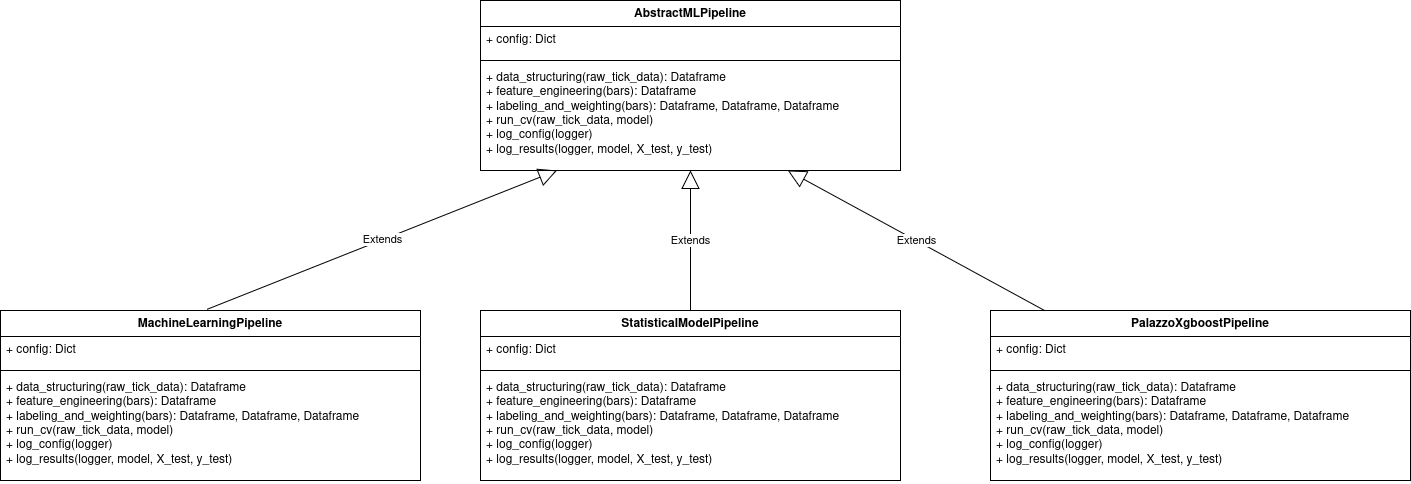
Earlier version of the draw.io export Figures/ml-pipeline-flow-abstract-mlpipeline.drawio.png (LeoCenturion/Plantilla-para-memoria). Source tidied: cells renumbered, new cells last; positions are measured from the earlier drawing's top-left corner, leaving out a move shared by most shapes.
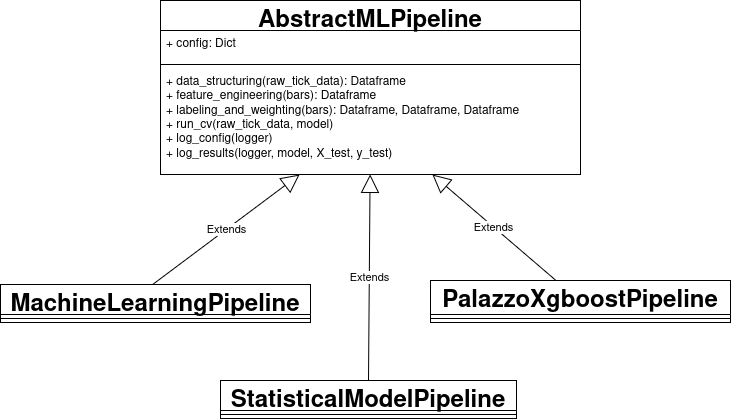
The same file after the commit.

What changed in the source:
```diff
@@ -2,54 +2,36 @@
   <root>
     <mxCell id="0" />
     <mxCell id="1" parent="0" />
-    <mxCell id="2" value="AbstractMLPipeline" style="swimlane;fontStyle=1;align=center;verticalAlign=top;horizontal=1;startSize=26;whiteSpace=wrap;html=1;" parent="1" vertex="1">
-      <mxGeometry x="480" width="420" height="170" as="geometry" />
+    <mxCell id="2" value="&lt;font style=&quot;font-size: 24px; --editable-content-color: rgb(NaN, NaN, NaN); --original-color: rgb(0, 0, 0); --original-background-color: transparent;&quot;&gt;AbstractMLPipeline&lt;/font&gt;" style="swimlane;fontStyle=1;align=center;verticalAlign=top;horizontal=1;startSize=30;whiteSpace=wrap;html=1;" parent="1" vertex="1">
+      <mxGeometry x="590" y="-70" width="420" height="174" as="geometry" />
     </mxCell>
     <mxCell id="3" value="&lt;div&gt;+ config: Dict&lt;/div&gt;&lt;div&gt;&lt;span style=&quot;white-space: pre;&quot;&gt;&#9;&lt;/span&gt;&lt;br&gt;&lt;/div&gt;" style="text;strokeColor=none;fillColor=none;align=left;verticalAlign=top;spacingLeft=4;spacingRight=4;overflow=hidden;whiteSpace=wrap;html=1;" parent="2" vertex="1">
-      <mxGeometry y="26" width="420" height="30" as="geometry" />
+      <mxGeometry y="30" width="420" height="30" as="geometry" />
     </mxCell>
     <mxCell id="4" style="line;strokeWidth=1;fillColor=none;align=left;verticalAlign=middle;spacingTop=-1;spacingLeft=3;spacingRight=3;labelPosition=right;strokeColor=inherit;" parent="2" vertex="1">
-      <mxGeometry y="56" width="420" height="8" as="geometry" />
+      <mxGeometry y="60" width="420" height="8" as="geometry" />
     </mxCell>
-    <mxCell id="5" value="&lt;div&gt;+ data_structuring(raw_tick_data): Dataframe&lt;/div&gt;&lt;div&gt;+ feature_engineering(bars): Dataframe&lt;/div&gt;&lt;div&gt;+ labeling_and_weighting(bars): Dataframe,&amp;nbsp;Dataframe,&amp;nbsp;Dataframe&lt;/div&gt;&lt;div&gt;+ run_cv(raw_tick_data, model)&lt;/div&gt;&lt;div&gt;+ log_config(logger)&lt;/div&gt;&lt;div&gt;+ log_results(logger, model, X_test, y_test)&lt;/div&gt;" style="text;strokeColor=none;fillColor=none;align=left;verticalAlign=top;spacingLeft=4;spacingRight=4;overflow=hidden;points=[[0,0.5],[1,0.5]];portConstraint=eastwest;whiteSpace=wrap;html=1;" parent="2" vertex="1">
-      <mxGeometry y="64" width="420" height="106" as="geometry" />
+    <mxCell id="5" value="&lt;div style=&quot;--editable-content-color: rgb(NaN, NaN, NaN); --original-color: rgb(198, 191, 186); --original-background-color: transparent;&quot;&gt;+ data_structuring(raw_tick_data): Dataframe&lt;/div&gt;&lt;div style=&quot;--editable-content-color: rgb(NaN, NaN, NaN); --original-color: rgb(198, 191, 186); --original-background-color: transparent;&quot;&gt;+ feature_engineering(bars): Dataframe&lt;/div&gt;&lt;div style=&quot;--editable-content-color: rgb(NaN, NaN, NaN); --original-color: rgb(198, 191, 186); --original-background-color: transparent;&quot;&gt;+ labeling_and_weighting(bars): Dataframe,&amp;nbsp;Dataframe,&amp;nbsp;Dataframe&lt;/div&gt;&lt;div style=&quot;--editable-content-color: rgb(NaN, NaN, NaN); --original-color: rgb(198, 191, 186); --original-background-color: transparent;&quot;&gt;+ run_cv(raw_tick_data, model)&lt;/div&gt;&lt;div style=&quot;--editable-content-color: rgb(NaN, NaN, NaN); --original-color: rgb(198, 191, 186); --original-background-color: transparent;&quot;&gt;+ log_config(logger)&lt;/div&gt;&lt;div style=&quot;--editable-content-color: rgb(NaN, NaN, NaN); --original-color: rgb(198, 191, 186); --original-background-color: transparent;&quot;&gt;+ log_results(logger, model, X_test, y_test)&lt;/div&gt;" style="text;strokeColor=none;fillColor=none;align=left;verticalAlign=top;spacingLeft=4;spacingRight=4;overflow=hidden;points=[[0,0.5],[1,0.5]];portConstraint=eastwest;whiteSpace=wrap;html=1;" parent="2" vertex="1">
+      <mxGeometry y="68" width="420" height="106" as="geometry" />
     </mxCell>
-    <mxCell id="6" value="StatisticalModelPipeline" style="swimlane;fontStyle=1;align=center;verticalAlign=top;horizontal=1;startSize=26;whiteSpace=wrap;html=1;" parent="1" vertex="1">
-      <mxGeometry x="480" y="310" width="420" height="170" as="geometry" />
+    <mxCell id="6" value="&lt;font style=&quot;font-size: 24px; --editable-content-color: rgb(NaN, NaN, NaN); --original-color: rgb(0, 0, 0); --original-background-color: transparent;&quot;&gt;StatisticalModelPipeline&lt;/font&gt;" style="swimlane;fontStyle=1;align=center;verticalAlign=top;horizontal=1;startSize=30;whiteSpace=wrap;html=1;" parent="1" vertex="1">
+      <mxGeometry x="650" y="310" width="296" height="38" as="geometry" />
     </mxCell>
-    <mxCell id="7" value="&lt;div&gt;+ config: Dict&lt;/div&gt;&lt;div&gt;&lt;span style=&quot;white-space: pre;&quot;&gt;&#9;&lt;/span&gt;&lt;br&gt;&lt;/div&gt;" style="text;strokeColor=none;fillColor=none;align=left;verticalAlign=top;spacingLeft=4;spacingRight=4;overflow=hidden;whiteSpace=wrap;html=1;" parent="6" vertex="1">
-      <mxGeometry y="26" width="420" height="30" as="geometry" />
-    </mxCell>
     <mxCell id="8" style="line;strokeWidth=1;fillColor=none;align=left;verticalAlign=middle;spacingTop=-1;spacingLeft=3;spacingRight=3;labelPosition=right;strokeColor=inherit;" parent="6" vertex="1">
-      <mxGeometry y="56" width="420" height="8" as="geometry" />
+      <mxGeometry y="30" width="296" height="8" as="geometry" />
     </mxCell>
-    <mxCell id="9" value="&lt;div&gt;+ data_structuring(raw_tick_data): Dataframe&lt;/div&gt;&lt;div&gt;+ feature_engineering(bars): Dataframe&lt;/div&gt;&lt;div&gt;+ labeling_and_weighting(bars): Dataframe,&amp;nbsp;Dataframe,&amp;nbsp;Dataframe&lt;/div&gt;&lt;div&gt;+ run_cv(raw_tick_data, model)&lt;/div&gt;&lt;div&gt;+ log_config(logger)&lt;/div&gt;&lt;div&gt;+ log_results(logger, model, X_test, y_test)&lt;/div&gt;" style="text;strokeColor=none;fillColor=none;align=left;verticalAlign=top;spacingLeft=4;spacingRight=4;overflow=hidden;whiteSpace=wrap;html=1;" parent="6" vertex="1">
-      <mxGeometry y="64" width="420" height="106" as="geometry" />
-    </mxCell>
-    <mxCell id="10" value="MachineLearningPipeline" style="swimlane;fontStyle=1;align=center;verticalAlign=top;horizontal=1;startSize=26;whiteSpace=wrap;html=1;" parent="1" vertex="1">
-      <mxGeometry y="310" width="420" height="170" as="geometry" />
+    <mxCell id="10" value="&lt;font style=&quot;font-size: 24px; --editable-content-color: rgb(NaN, NaN, NaN); --original-color: rgb(0, 0, 0); --original-background-color: transparent;&quot;&gt;MachineLearningPipeline&lt;/font&gt;" style="swimlane;fontStyle=1;align=center;verticalAlign=top;horizontal=1;startSize=30;whiteSpace=wrap;html=1;" parent="1" vertex="1">
+      <mxGeometry x="430" y="214" width="310" height="38" as="geometry" />
     </mxCell>
-    <mxCell id="11" value="&lt;div&gt;+ config: Dict&lt;/div&gt;&lt;div&gt;&lt;span style=&quot;white-space: pre;&quot;&gt;&#9;&lt;/span&gt;&lt;br&gt;&lt;/div&gt;" style="text;strokeColor=none;fillColor=none;align=left;verticalAlign=top;spacingLeft=4;spacingRight=4;overflow=hidden;whiteSpace=wrap;html=1;" parent="10" vertex="1">
-      <mxGeometry y="26" width="420" height="30" as="geometry" />
-    </mxCell>
     <mxCell id="12" style="line;strokeWidth=1;fillColor=none;align=left;verticalAlign=middle;spacingTop=-1;spacingLeft=3;spacingRight=3;labelPosition=right;strokeColor=inherit;" parent="10" vertex="1">
-      <mxGeometry y="56" width="420" height="8" as="geometry" />
+      <mxGeometry y="30" width="310" height="8" as="geometry" />
     </mxCell>
-    <mxCell id="13" value="&lt;div&gt;+ data_structuring(raw_tick_data): Dataframe&lt;/div&gt;&lt;div&gt;+ feature_engineering(bars): Dataframe&lt;/div&gt;&lt;div&gt;+ labeling_and_weighting(bars): Dataframe,&amp;nbsp;Dataframe,&amp;nbsp;Dataframe&lt;/div&gt;&lt;div&gt;+ run_cv(raw_tick_data, model)&lt;/div&gt;&lt;div&gt;+ log_config(logger)&lt;/div&gt;&lt;div&gt;+ log_results(logger, model, X_test, y_test)&lt;/div&gt;" style="text;strokeColor=none;fillColor=none;align=left;verticalAlign=top;spacingLeft=4;spacingRight=4;overflow=hidden;whiteSpace=wrap;html=1;" parent="10" vertex="1">
-      <mxGeometry y="64" width="420" height="106" as="geometry" />
-    </mxCell>
-    <mxCell id="14" value="PalazzoXgboostPipeline" style="swimlane;fontStyle=1;align=center;verticalAlign=top;horizontal=1;startSize=26;whiteSpace=wrap;html=1;" parent="1" vertex="1">
-      <mxGeometry x="990" y="310" width="420" height="170" as="geometry" />
+    <mxCell id="14" value="&lt;font style=&quot;font-size: 24px; --editable-content-color: rgb(NaN, NaN, NaN); --original-color: rgb(0, 0, 0); --original-background-color: transparent;&quot;&gt;PalazzoXgboostPipeline&lt;/font&gt;" style="swimlane;fontStyle=1;align=center;verticalAlign=top;horizontal=1;startSize=34;whiteSpace=wrap;html=1;" parent="1" vertex="1">
+      <mxGeometry x="860" y="210" width="300" height="42" as="geometry" />
     </mxCell>
-    <mxCell id="15" value="&lt;div&gt;+ config: Dict&lt;/div&gt;&lt;div&gt;&lt;span style=&quot;white-space: pre;&quot;&gt;&#9;&lt;/span&gt;&lt;br&gt;&lt;/div&gt;" style="text;strokeColor=none;fillColor=none;align=left;verticalAlign=top;spacingLeft=4;spacingRight=4;overflow=hidden;whiteSpace=wrap;html=1;" parent="14" vertex="1">
-      <mxGeometry y="26" width="420" height="30" as="geometry" />
-    </mxCell>
     <mxCell id="16" style="line;strokeWidth=1;fillColor=none;align=left;verticalAlign=middle;spacingTop=-1;spacingLeft=3;spacingRight=3;labelPosition=right;strokeColor=inherit;" parent="14" vertex="1">
-      <mxGeometry y="56" width="420" height="8" as="geometry" />
+      <mxGeometry y="34" width="300" height="8" as="geometry" />
     </mxCell>
-    <mxCell id="17" value="&lt;div&gt;+ data_structuring(raw_tick_data): Dataframe&lt;/div&gt;&lt;div&gt;+ feature_engineering(bars): Dataframe&lt;/div&gt;&lt;div&gt;+ labeling_and_weighting(bars): Dataframe,&amp;nbsp;Dataframe,&amp;nbsp;Dataframe&lt;/div&gt;&lt;div&gt;+ run_cv(raw_tick_data, model)&lt;/div&gt;&lt;div&gt;+ log_config(logger)&lt;/div&gt;&lt;div&gt;+ log_results(logger, model, X_test, y_test)&lt;/div&gt;" style="text;strokeColor=none;fillColor=none;align=left;verticalAlign=top;spacingLeft=4;spacingRight=4;overflow=hidden;whiteSpace=wrap;html=1;" parent="14" vertex="1">
-      <mxGeometry y="64" width="420" height="106" as="geometry" />
-    </mxCell>
     <mxCell id="18" value="Extends" style="endArrow=block;endSize=16;endFill=0;html=1;rounded=0;exitX=0.5;exitY=0;exitDx=0;exitDy=0;" parent="1" edge="1" source="6" target="5">
       <mxGeometry relative="1" as="geometry" />
     </mxCell>
```
